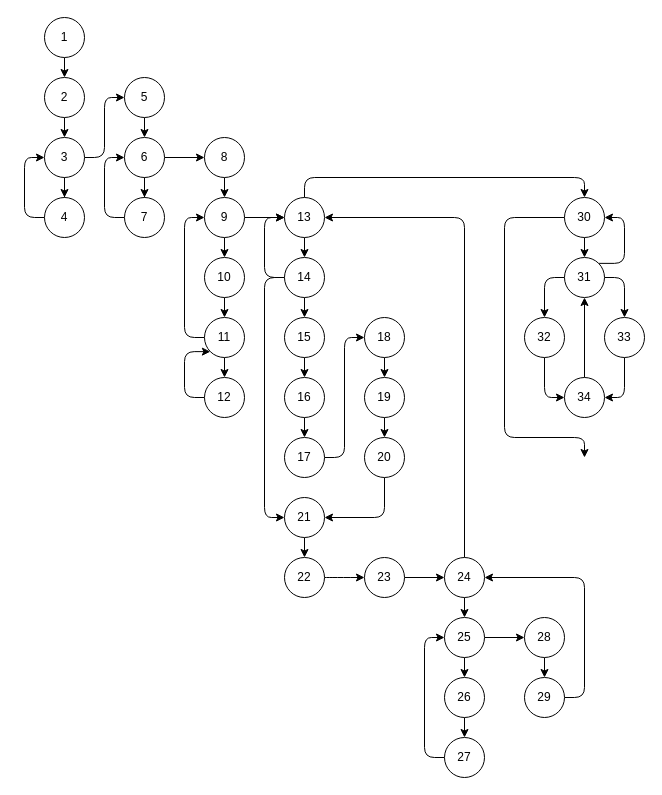
This is page "Page-1" (1 of 2) of hw_01/man_dr.drawio from A-Alaxov/bmstu_AA, a draw.io file, before an edit. Source tidied: cells renumbered, new cells numbered last; positions are measured from the earlier drawing's top-left corner, leaving out a move shared by most shapes. Both pictures are drawn from the tidied source at 100%, with x=0, y=0 at pixel (44, 17).
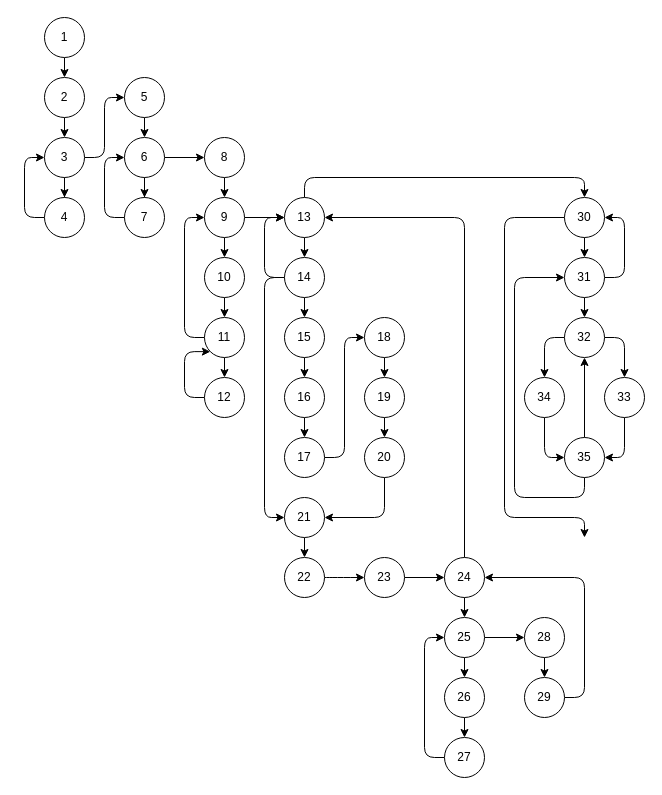
Above is the later version.

Unchanged cells that the change refers to:
```xml
<mxCell id="77" value="30" style="ellipse;whiteSpace=wrap;html=1;" parent="1" vertex="1">
  <mxGeometry x="520" y="180" width="40" height="40" as="geometry" />
</mxCell>
```

Change to the diagram source:
```diff
@@
-    <mxCell id="53" value="32" style="ellipse;whiteSpace=wrap;html=1;" parent="1" vertex="1">
-      <mxGeometry x="480" y="300" width="40" height="40" as="geometry" />
+    <mxCell id="53" value="34" style="ellipse;whiteSpace=wrap;html=1;" parent="1" vertex="1">
+      <mxGeometry x="480" y="360" width="40" height="40" as="geometry" />
     </mxCell>
@@
     <mxCell id="55" value="33" style="ellipse;whiteSpace=wrap;html=1;" parent="1" vertex="1">
-      <mxGeometry x="560" y="300" width="40" height="40" as="geometry" />
+      <mxGeometry x="560" y="360" width="40" height="40" as="geometry" />
     </mxCell>
@@
+    <mxCell id="82" style="edgeStyle=orthogonalEdgeStyle;rounded=1;jettySize=auto;html=1;exitX=0.5;exitY=1;exitDx=0;exitDy=0;entryX=0;entryY=0.5;entryDx=0;entryDy=0;" parent="1" edge="1" source="57" target="84">
+      <mxGeometry relative="1" as="geometry">
+        <Array as="points">
+          <mxPoint x="540" y="480" />
+          <mxPoint x="470" y="480" />
+          <mxPoint x="470" y="260" />
+        </Array>
+      </mxGeometry>
+    </mxCell>
-    <mxCell id="57" value="34" style="ellipse;whiteSpace=wrap;html=1;" parent="1" vertex="1">
-      <mxGeometry x="520" y="360" width="40" height="40" as="geometry" />
+    <mxCell id="57" value="35" style="ellipse;whiteSpace=wrap;html=1;" parent="1" vertex="1">
+      <mxGeometry x="520" y="420" width="40" height="40" as="geometry" />
     </mxCell>
@@
-    <mxCell id="75" style="edgeStyle=orthogonalEdgeStyle;rounded=1;jettySize=auto;html=1;exitX=0.5;exitY=1;exitDx=0;exitDy=0;entryX=0.5;entryY=0;entryDx=0;entryDy=0;" parent="1" edge="1" source="77" target="81">
+    <mxCell id="75" style="edgeStyle=orthogonalEdgeStyle;rounded=1;jettySize=auto;html=1;exitX=0.5;exitY=1;exitDx=0;exitDy=0;entryX=0.5;entryY=0;entryDx=0;entryDy=0;startArrow=none;" parent="1" edge="1" source="84" target="81">
       <mxGeometry relative="1" as="geometry" />
     </mxCell>
     <mxCell id="76" style="edgeStyle=orthogonalEdgeStyle;rounded=1;jettySize=auto;html=1;exitX=0;exitY=0.5;exitDx=0;exitDy=0;" parent="1" edge="1" source="77">
       <mxGeometry relative="1" as="geometry">
-        <mxPoint x="540" y="440" as="targetPoint" />
+        <mxPoint x="540" y="520" as="targetPoint" />
         <Array as="points">
           <mxPoint x="460" y="200" />
-          <mxPoint x="460" y="420" />
-          <mxPoint x="540" y="420" />
+          <mxPoint x="460" y="500" />
+          <mxPoint x="540" y="500" />
         </Array>
       </mxGeometry>
     </mxCell>
+    <mxCell id="83" style="edgeStyle=orthogonalEdgeStyle;rounded=0;jettySize=auto;html=1;exitX=0.5;exitY=1;exitDx=0;exitDy=0;entryX=0.5;entryY=0;entryDx=0;entryDy=0;" parent="1" edge="1" source="77" target="84">
+      <mxGeometry relative="1" as="geometry" />
+    </mxCell>
@@
-    <mxCell id="80" style="edgeStyle=orthogonalEdgeStyle;rounded=1;jettySize=auto;html=1;exitX=1;exitY=0;exitDx=0;exitDy=0;entryX=1;entryY=0.5;entryDx=0;entryDy=0;" parent="1" edge="1" source="81" target="77">
+    <mxCell id="80" style="edgeStyle=orthogonalEdgeStyle;rounded=1;jettySize=auto;html=1;exitX=1;exitY=0.5;exitDx=0;exitDy=0;entryX=1;entryY=0.5;entryDx=0;entryDy=0;" parent="1" edge="1" source="84" target="77">
       <mxGeometry relative="1" as="geometry">
         <Array as="points">
-          <mxPoint x="580" y="246" />
+          <mxPoint x="580" y="260" />
           <mxPoint x="580" y="200" />
         </Array>
       </mxGeometry>
     </mxCell>
-    <mxCell id="81" value="31" style="ellipse;whiteSpace=wrap;html=1;" parent="1" vertex="1">
-      <mxGeometry x="520" y="240" width="40" height="40" as="geometry" />
+    <mxCell id="81" value="32" style="ellipse;whiteSpace=wrap;html=1;" parent="1" vertex="1">
+      <mxGeometry x="520" y="300" width="40" height="40" as="geometry" />
     </mxCell>
+    <mxCell id="84" value="31" style="ellipse;whiteSpace=wrap;html=1;" parent="1" vertex="1">
+      <mxGeometry x="520" y="240" width="40" height="40" as="geometry" />
+    </mxCell>
```
